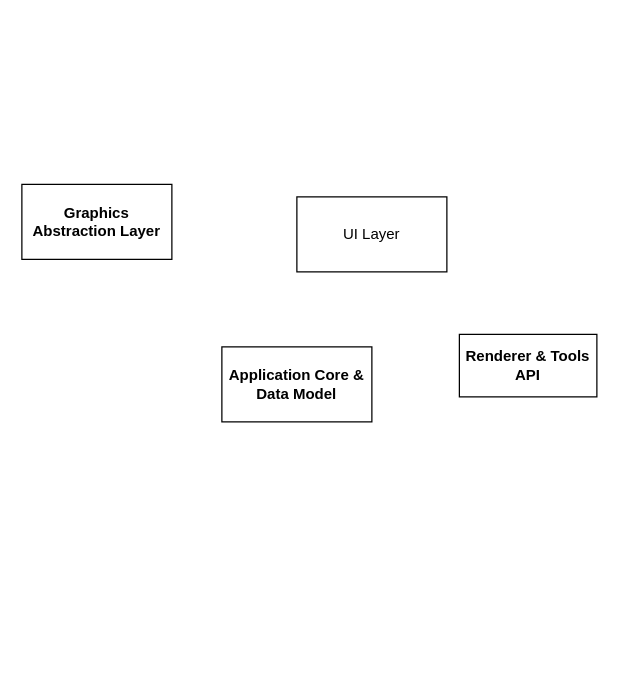
Earlier version of the draw.io diagram OpenGL/doc/Architecture.drawio (Toriomg/Sculpt). Source tidied: cells renumbered, new cells numbered last; positions are measured from the earlier drawing's top-left corner, leaving out a move shared by most shapes. Both pictures are drawn from the tidied source at 125%, with x=0, y=0 at pixel (21, 184).
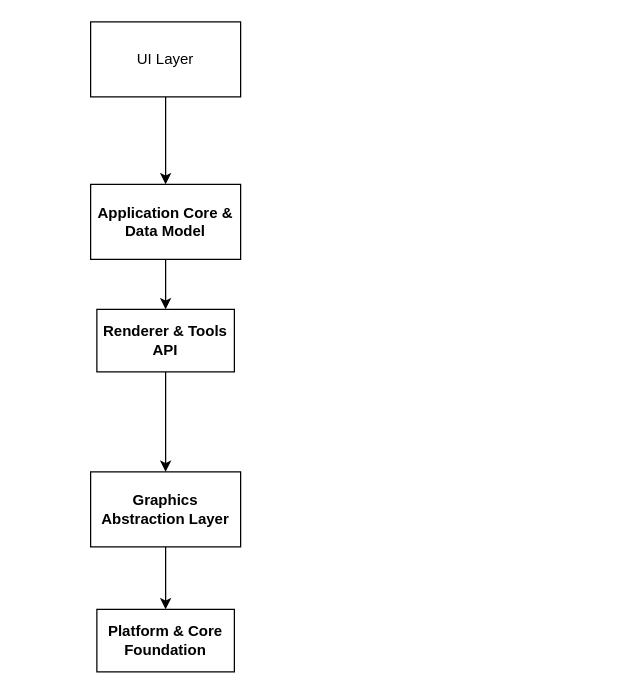
The same diagram, later.

Diff of the diagram source:
```diff
@@
 <mxGraphModel>
   <root>
     <mxCell id="0" />
     <mxCell id="1" parent="0" />
+    <mxCell id="6" style="edgeStyle=orthogonalEdgeStyle;rounded=0;jettySize=auto;html=1;exitX=0.5;exitY=1;exitDx=0;exitDy=0;entryX=0.5;entryY=0;entryDx=0;entryDy=0;" parent="1" edge="1" source="2" target="3">
+      <mxGeometry relative="1" as="geometry" />
+    </mxCell>
     <mxCell id="2" value="UI Layer" style="whiteSpace=wrap;html=1;" parent="1" vertex="1">
-      <mxGeometry x="220" y="10" width="120" height="60" as="geometry" />
+      <mxGeometry x="55" y="-130" width="120" height="60" as="geometry" />
     </mxCell>
+    <mxCell id="7" style="edgeStyle=orthogonalEdgeStyle;rounded=0;jettySize=auto;html=1;exitX=0.5;exitY=1;exitDx=0;exitDy=0;" parent="1" edge="1" source="3" target="4">
+      <mxGeometry relative="1" as="geometry" />
+    </mxCell>
     <mxCell id="3" value="&lt;span class=&quot;router-outlet-wrapper ng-tns-c2462920339-0&quot;&gt;&lt;h4 class=&quot;ng-star-inserted&quot;&gt;&lt;span class=&quot;ng-star-inserted&quot;&gt;Application Core &amp;amp; Data Model&lt;/span&gt;&lt;/h4&gt;&lt;/span&gt;" style="whiteSpace=wrap;html=1;" parent="1" vertex="1">
-      <mxGeometry x="160" y="130" width="120" height="60" as="geometry" />
+      <mxGeometry x="55" width="120" height="60" as="geometry" />
     </mxCell>
+    <mxCell id="8" style="edgeStyle=orthogonalEdgeStyle;rounded=0;jettySize=auto;html=1;exitX=0.5;exitY=1;exitDx=0;exitDy=0;entryX=0.5;entryY=0;entryDx=0;entryDy=0;" parent="1" edge="1" source="4" target="5">
+      <mxGeometry relative="1" as="geometry" />
+    </mxCell>
     <mxCell id="4" value="&lt;span class=&quot;router-outlet-wrapper ng-tns-c2462920339-0&quot;&gt;&lt;h4 class=&quot;ng-star-inserted&quot;&gt;&lt;span class=&quot;ng-star-inserted&quot;&gt;Renderer &amp;amp; Tools API&lt;/span&gt;&lt;/h4&gt;&lt;/span&gt;" style="html=1;whiteSpace=wrap;" parent="1" vertex="1">
-      <mxGeometry x="350" y="120" width="110" height="50" as="geometry" />
+      <mxGeometry x="60" y="100" width="110" height="50" as="geometry" />
     </mxCell>
+    <mxCell id="9" style="edgeStyle=orthogonalEdgeStyle;rounded=0;jettySize=auto;html=1;exitX=0.5;exitY=1;exitDx=0;exitDy=0;entryX=0.5;entryY=0;entryDx=0;entryDy=0;" parent="1" edge="1" source="5" target="10">
+      <mxGeometry relative="1" as="geometry" />
+    </mxCell>
     <mxCell id="5" value="&lt;span class=&quot;router-outlet-wrapper ng-tns-c2462920339-0&quot;&gt;&lt;h4 class=&quot;ng-star-inserted&quot;&gt;&lt;span class=&quot;ng-star-inserted&quot;&gt;Graphics Abstraction Layer&lt;/span&gt;&lt;/h4&gt;&lt;/span&gt;" style="whiteSpace=wrap;html=1;" parent="1" vertex="1">
-      <mxGeometry width="120" height="60" as="geometry" />
+      <mxGeometry x="55" y="230" width="120" height="60" as="geometry" />
     </mxCell>
+    <mxCell id="10" value="&lt;span class=&quot;router-outlet-wrapper ng-tns-c2462920339-0&quot;&gt;&lt;h4 class=&quot;ng-star-inserted&quot;&gt;&lt;span class=&quot;ng-star-inserted&quot;&gt;Platform &amp;amp; Core Foundation&lt;/span&gt;&lt;/h4&gt;&lt;/span&gt;" style="html=1;whiteSpace=wrap;" parent="1" vertex="1">
+      <mxGeometry x="60" y="340" width="110" height="50" as="geometry" />
+    </mxCell>
   </root>
 </mxGraphModel>
```
